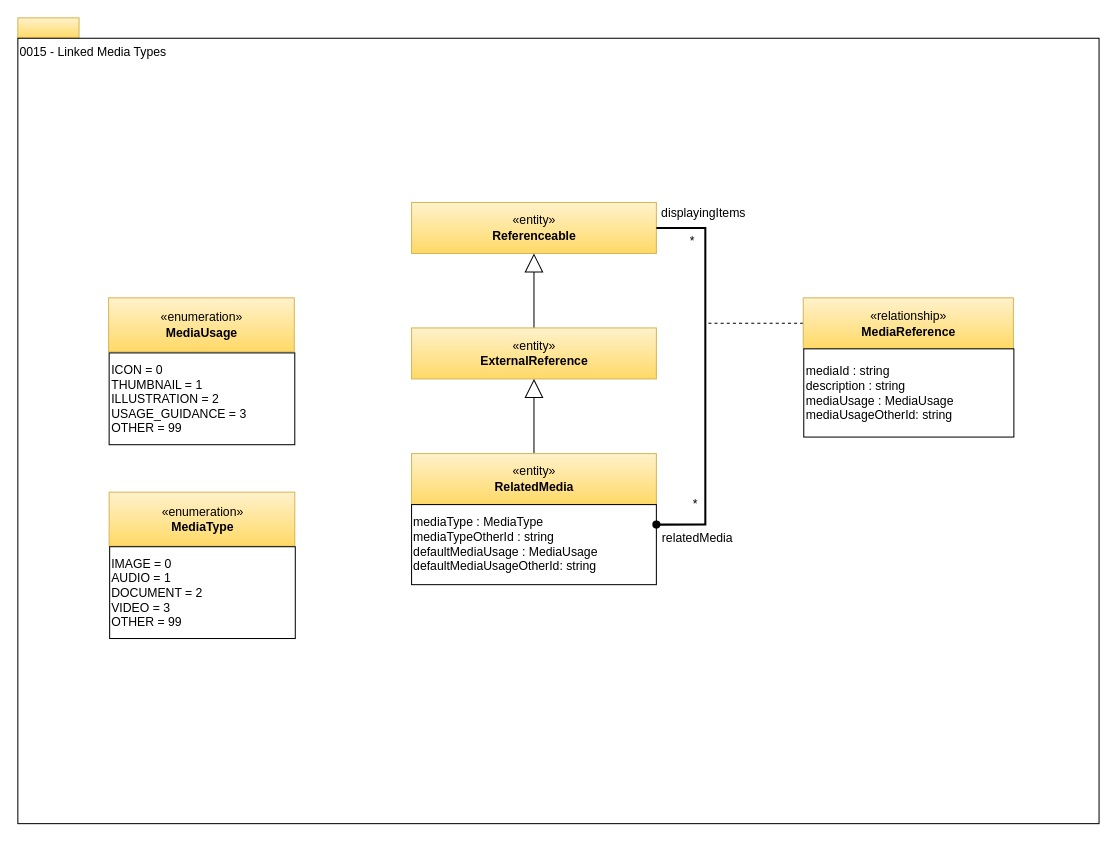
Before: page "0015-Linked-Media-Types" (9 of 32) of site/docs/types/0/area-0-basic-types-and-infrastructure.drawio in odpi/egeria-docs, a draw.io diagram. Source tidied: cells renumbered, new cells numbered last; positions are measured from the earlier drawing's top-left corner, leaving out a move shared by most shapes. Both pictures are drawn from the tidied source at 102%, with x=0, y=0 at pixel (17, 17).
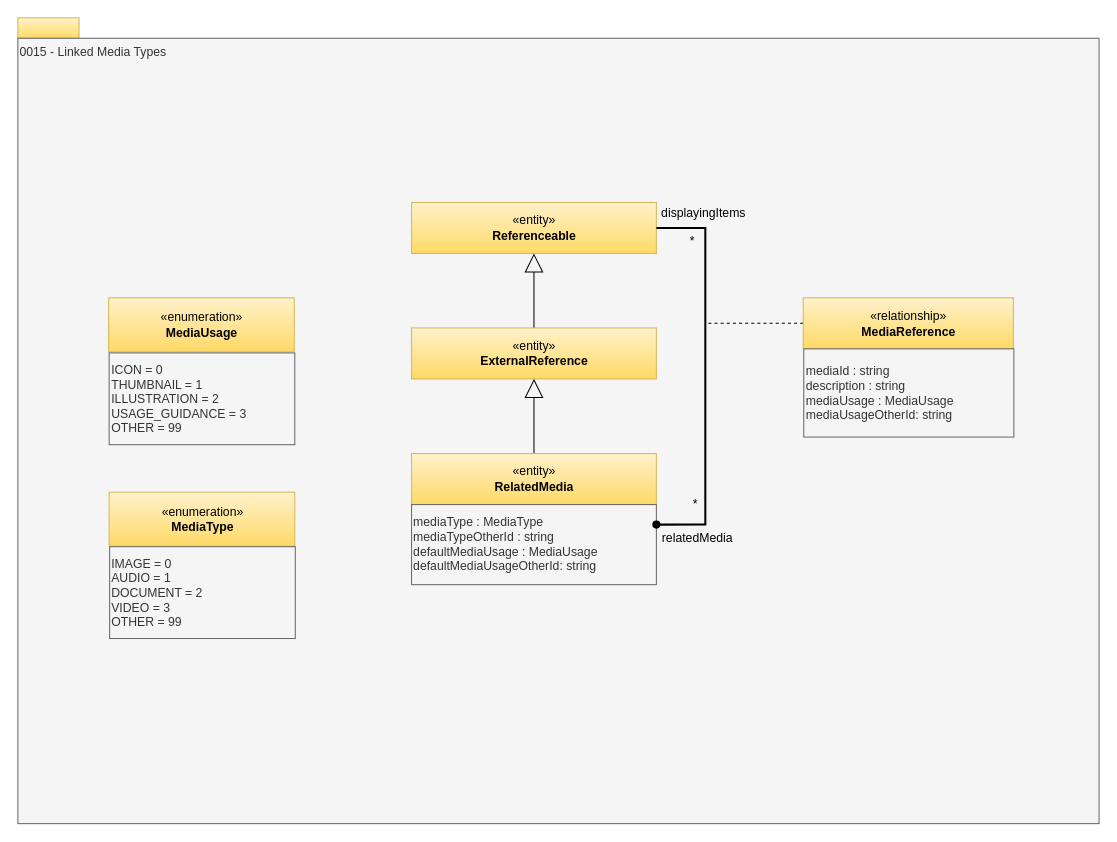
After the change.

Change to the diagram source:
```diff
@@
-    <mxCell id="3" value="0015 - Linked Media Types" style="rounded=0;whiteSpace=wrap;html=1;align=left;verticalAlign=top;" parent="1" vertex="1">
+    <mxCell id="3" value="0015 - Linked Media Types" style="rounded=0;whiteSpace=wrap;html=1;align=left;verticalAlign=top;fillColor=#f5f5f5;fontColor=#333333;strokeColor=#666666;" parent="1" vertex="1">
       <mxGeometry y="20" width="1060" height="770" as="geometry" />
     </mxCell>
@@
-    <mxCell id="9" value="mediaType : MediaType&lt;br&gt;mediaTypeOtherId : string&lt;br&gt;defaultMediaUsage : MediaUsage&amp;nbsp;&lt;br&gt;defaultMediaUsageOtherId: string" style="rounded=0;whiteSpace=wrap;html=1;strokeColor=#000000;gradientColor=#ffffff;align=left;" parent="1" vertex="1">
+    <mxCell id="9" value="mediaType : MediaType&lt;br&gt;mediaTypeOtherId : string&lt;br&gt;defaultMediaUsage : MediaUsage&amp;nbsp;&lt;br&gt;defaultMediaUsageOtherId: string" style="rounded=0;whiteSpace=wrap;html=1;strokeColor=#666666;align=left;fillColor=#f5f5f5;fontColor=#333333;" parent="1" vertex="1">
       <mxGeometry x="386" y="477.2" width="240" height="78.5" as="geometry" />
     </mxCell>
@@
-    <mxCell id="12" value="mediaId : string&lt;br&gt;description : string&lt;br&gt;mediaUsage : MediaUsage&amp;nbsp;&lt;br&gt;mediaUsageOtherId: string" style="rounded=0;whiteSpace=wrap;html=1;strokeColor=#000000;gradientColor=#ffffff;align=left;" parent="1" vertex="1">
+    <mxCell id="12" value="mediaId : string&lt;br&gt;description : string&lt;br&gt;mediaUsage : MediaUsage&amp;nbsp;&lt;br&gt;mediaUsageOtherId: string" style="rounded=0;whiteSpace=wrap;html=1;strokeColor=#666666;align=left;fillColor=#f5f5f5;fontColor=#333333;" parent="1" vertex="1">
       <mxGeometry x="770.5" y="324.5" width="206" height="86.5" as="geometry" />
     </mxCell>
@@
-    <mxCell id="14" value="IMAGE = 0&lt;br&gt;AUDIO = 1&lt;br&gt;DOCUMENT = 2&lt;br&gt;VIDEO = 3&lt;br&gt;OTHER = 99&lt;br&gt;" style="rounded=0;whiteSpace=wrap;html=1;strokeColor=#000000;gradientColor=#ffffff;align=left;" parent="1" vertex="1">
+    <mxCell id="14" value="IMAGE = 0&lt;br&gt;AUDIO = 1&lt;br&gt;DOCUMENT = 2&lt;br&gt;VIDEO = 3&lt;br&gt;OTHER = 99&lt;br&gt;" style="rounded=0;whiteSpace=wrap;html=1;strokeColor=#666666;align=left;fillColor=#f5f5f5;fontColor=#333333;" parent="1" vertex="1">
       <mxGeometry x="90" y="518.5" width="182" height="90" as="geometry" />
     </mxCell>
@@
-    <mxCell id="16" value="ICON = 0&lt;br&gt;THUMBNAIL = 1&lt;br&gt;ILLUSTRATION = 2&lt;br&gt;USAGE_GUIDANCE = 3&lt;br&gt;OTHER = 99&lt;br&gt;" style="rounded=0;whiteSpace=wrap;html=1;strokeColor=#000000;gradientColor=#ffffff;align=left;" parent="1" vertex="1">
+    <mxCell id="16" value="ICON = 0&lt;br&gt;THUMBNAIL = 1&lt;br&gt;ILLUSTRATION = 2&lt;br&gt;USAGE_GUIDANCE = 3&lt;br&gt;OTHER = 99&lt;br&gt;" style="rounded=0;whiteSpace=wrap;html=1;strokeColor=#666666;align=left;fillColor=#f5f5f5;fontColor=#333333;" parent="1" vertex="1">
       <mxGeometry x="89.5" y="328.5" width="182" height="90" as="geometry" />
     </mxCell>
```
